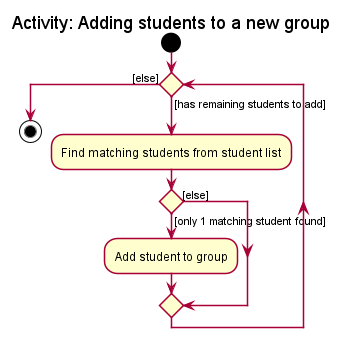
Before: docs/images/AddStudentsToGroupActivityDiagram.png, a diagram exported from PlantUML (nus-cs2103-AY2122S1/tp).
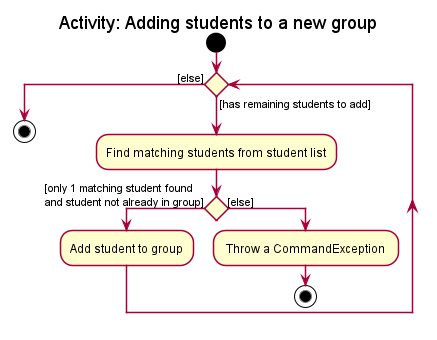
Later version of the same file.

Commit message:
Update activity diagrams for AddGroup

Change to the diagram source:
```diff
@@ -6,9 +6,12 @@
 start
 while () is ([has remaining students to add])
   :Find matching students from student list;
-  if () then ([only 1 matching student found])
+  if () then ([only 1 matching student found
+and student not already in group])
     :Add student to group;
   else ([else])
+    : Throw a CommandException ;
+    stop
   endif
 endwhile ([else])
 stop
```
